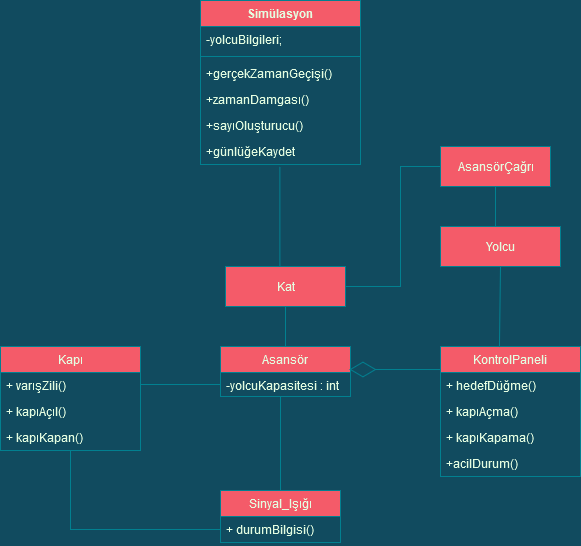
This is AsansorSim.drawio.png from Syenta-Elf/OOP-Diagrams, a draw.io export, as it was before one commit. Source tidied: cells renumbered, new cells last; positions are measured from the earlier drawing's top-left corner, leaving out a move shared by most shapes.
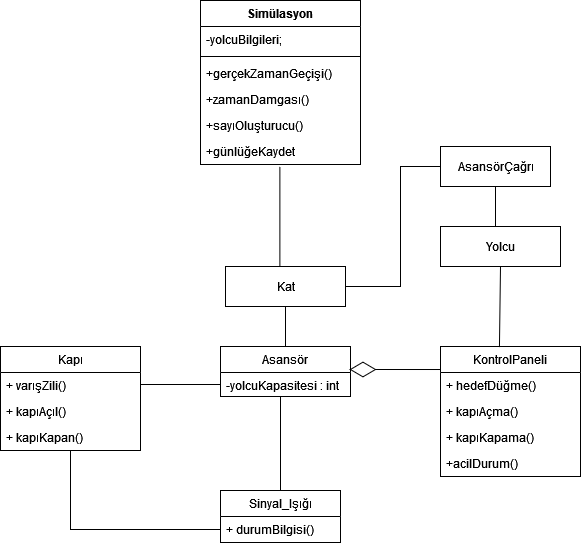
The same diagram one commit later.

The edit, as a diff of the source:
```diff
@@ -1,85 +1,85 @@
-<mxGraphModel background="#114B5F">
+<mxGraphModel>
   <root>
     <mxCell id="0" />
     <mxCell id="1" parent="0" />
-    <mxCell id="2" value="&lt;div&gt;Kat&lt;/div&gt;" style="html=1;fillColor=#F45B69;strokeColor=#028090;fontColor=#E4FDE1;" parent="1" vertex="1">
+    <mxCell id="2" value="&lt;div&gt;Kat&lt;/div&gt;" style="html=1;" parent="1" vertex="1">
       <mxGeometry x="225" y="266" width="120" height="40" as="geometry" />
     </mxCell>
-    <mxCell id="3" value="Asansör" style="swimlane;fontStyle=0;horizontal=1;startSize=26;fillColor=#F45B69;strokeColor=#028090;fontColor=#E4FDE1;" parent="1" vertex="1">
+    <mxCell id="3" value="Asansör" style="swimlane;fontStyle=0;horizontal=1;startSize=26;" parent="1" vertex="1">
       <mxGeometry x="220" y="346" width="130" height="50" as="geometry" />
     </mxCell>
-    <mxCell id="4" value="-yolcuKapasitesi : int" style="text;strokeColor=none;fillColor=none;align=left;verticalAlign=top;spacingLeft=4;spacingRight=4;overflow=hidden;points=[[0,0.5],[1,0.5]];portConstraint=eastwest;fontColor=#E4FDE1;" parent="3" vertex="1">
+    <mxCell id="4" value="-yolcuKapasitesi : int" style="text;strokeColor=none;fillColor=none;align=left;verticalAlign=top;spacingLeft=4;spacingRight=4;overflow=hidden;points=[[0,0.5],[1,0.5]];portConstraint=eastwest;" parent="3" vertex="1">
       <mxGeometry y="26" width="130" height="24" as="geometry" />
     </mxCell>
-    <mxCell id="5" value="&lt;div&gt;AsansörÇağrı&lt;/div&gt;" style="html=1;fillColor=#F45B69;strokeColor=#028090;fontColor=#E4FDE1;" parent="1" vertex="1">
+    <mxCell id="5" value="&lt;div&gt;AsansörÇağrı&lt;/div&gt;" style="html=1;" parent="1" vertex="1">
       <mxGeometry x="440" y="146" width="110" height="40" as="geometry" />
     </mxCell>
-    <mxCell id="6" value="KontrolPaneli" style="swimlane;fontStyle=0;horizontal=1;startSize=26;fillColor=#F45B69;strokeColor=#028090;fontColor=#E4FDE1;" parent="1" vertex="1">
+    <mxCell id="6" value="KontrolPaneli" style="swimlane;fontStyle=0;horizontal=1;startSize=26;" parent="1" vertex="1">
       <mxGeometry x="440" y="346" width="140" height="130" as="geometry" />
     </mxCell>
-    <mxCell id="7" value="+ hedefDüğme()&#10;" style="text;strokeColor=none;fillColor=none;align=left;verticalAlign=top;spacingLeft=4;spacingRight=4;overflow=hidden;points=[[0,0.5],[1,0.5]];portConstraint=eastwest;fontColor=#E4FDE1;" parent="6" vertex="1">
+    <mxCell id="7" value="+ hedefDüğme()&#10;" style="text;strokeColor=none;fillColor=none;align=left;verticalAlign=top;spacingLeft=4;spacingRight=4;overflow=hidden;points=[[0,0.5],[1,0.5]];portConstraint=eastwest;" parent="6" vertex="1">
       <mxGeometry y="26" width="140" height="26" as="geometry" />
     </mxCell>
-    <mxCell id="8" value="+ kapıAçma()" style="text;strokeColor=none;fillColor=none;align=left;verticalAlign=top;spacingLeft=4;spacingRight=4;overflow=hidden;fontColor=#E4FDE1;" parent="6" vertex="1">
+    <mxCell id="8" value="+ kapıAçma()" style="text;strokeColor=none;fillColor=none;align=left;verticalAlign=top;spacingLeft=4;spacingRight=4;overflow=hidden;" parent="6" vertex="1">
       <mxGeometry y="52" width="140" height="26" as="geometry" />
     </mxCell>
-    <mxCell id="9" value="+ kapıKapama()" style="text;strokeColor=none;fillColor=none;align=left;verticalAlign=top;spacingLeft=4;spacingRight=4;overflow=hidden;fontColor=#E4FDE1;" parent="6" vertex="1">
+    <mxCell id="9" value="+ kapıKapama()" style="text;strokeColor=none;fillColor=none;align=left;verticalAlign=top;spacingLeft=4;spacingRight=4;overflow=hidden;" parent="6" vertex="1">
       <mxGeometry y="78" width="140" height="26" as="geometry" />
     </mxCell>
-    <mxCell id="10" value="+acilDurum()" style="text;strokeColor=none;fillColor=none;align=left;verticalAlign=top;spacingLeft=4;spacingRight=4;overflow=hidden;fontColor=#E4FDE1;" parent="6" vertex="1">
+    <mxCell id="10" value="+acilDurum()" style="text;strokeColor=none;fillColor=none;align=left;verticalAlign=top;spacingLeft=4;spacingRight=4;overflow=hidden;" parent="6" vertex="1">
       <mxGeometry y="104" width="140" height="26" as="geometry" />
     </mxCell>
-    <mxCell id="11" value="Kapı" style="swimlane;fontStyle=0;horizontal=1;startSize=26;fillColor=#F45B69;strokeColor=#028090;fontColor=#E4FDE1;" parent="1" vertex="1">
+    <mxCell id="11" value="Kapı" style="swimlane;fontStyle=0;horizontal=1;startSize=26;" parent="1" vertex="1">
       <mxGeometry y="346" width="140" height="104" as="geometry" />
     </mxCell>
-    <mxCell id="12" value="+ varışZili()" style="text;strokeColor=none;fillColor=none;align=left;verticalAlign=top;spacingLeft=4;spacingRight=4;overflow=hidden;fontColor=#E4FDE1;" parent="11" vertex="1">
+    <mxCell id="12" value="+ varışZili()" style="text;strokeColor=none;fillColor=none;align=left;verticalAlign=top;spacingLeft=4;spacingRight=4;overflow=hidden;" parent="11" vertex="1">
       <mxGeometry y="26" width="140" height="26" as="geometry" />
     </mxCell>
-    <mxCell id="13" value="+ kapıAçıl()" style="text;strokeColor=none;fillColor=none;align=left;verticalAlign=top;spacingLeft=4;spacingRight=4;overflow=hidden;fontColor=#E4FDE1;" parent="11" vertex="1">
+    <mxCell id="13" value="+ kapıAçıl()" style="text;strokeColor=none;fillColor=none;align=left;verticalAlign=top;spacingLeft=4;spacingRight=4;overflow=hidden;" parent="11" vertex="1">
       <mxGeometry y="52" width="140" height="26" as="geometry" />
     </mxCell>
-    <mxCell id="14" value="+ kapıKapan()" style="text;strokeColor=none;fillColor=none;align=left;verticalAlign=top;spacingLeft=4;spacingRight=4;overflow=hidden;fontColor=#E4FDE1;" parent="11" vertex="1">
+    <mxCell id="14" value="+ kapıKapan()" style="text;strokeColor=none;fillColor=none;align=left;verticalAlign=top;spacingLeft=4;spacingRight=4;overflow=hidden;" parent="11" vertex="1">
       <mxGeometry y="78" width="140" height="26" as="geometry" />
     </mxCell>
-    <mxCell id="15" value="Sinyal_Işığı" style="swimlane;fontStyle=0;horizontal=1;startSize=26;fillColor=#F45B69;strokeColor=#028090;fontColor=#E4FDE1;" parent="1" vertex="1">
+    <mxCell id="15" value="Sinyal_Işığı" style="swimlane;fontStyle=0;horizontal=1;startSize=26;" parent="1" vertex="1">
       <mxGeometry x="220" y="490" width="120" height="52" as="geometry" />
     </mxCell>
-    <mxCell id="16" value="+ durumBilgisi()" style="text;strokeColor=none;fillColor=none;align=left;verticalAlign=top;spacingLeft=4;spacingRight=4;overflow=hidden;points=[[0,0.5],[1,0.5]];portConstraint=eastwest;fontColor=#E4FDE1;" parent="15" vertex="1">
+    <mxCell id="16" value="+ durumBilgisi()" style="text;strokeColor=none;fillColor=none;align=left;verticalAlign=top;spacingLeft=4;spacingRight=4;overflow=hidden;points=[[0,0.5],[1,0.5]];portConstraint=eastwest;" parent="15" vertex="1">
       <mxGeometry y="26" width="120" height="26" as="geometry" />
     </mxCell>
-    <mxCell id="17" value="Simülasyon" style="swimlane;fontStyle=1;align=center;verticalAlign=top;horizontal=1;startSize=26;fillColor=#F45B69;strokeColor=#028090;fontColor=#E4FDE1;" parent="1" vertex="1">
+    <mxCell id="17" value="Simülasyon" style="swimlane;fontStyle=1;align=center;verticalAlign=top;horizontal=1;startSize=26;" parent="1" vertex="1">
       <mxGeometry x="200" width="160" height="164" as="geometry" />
     </mxCell>
-    <mxCell id="18" value="-yolcuBilgileri;&#10;" style="text;strokeColor=none;fillColor=none;align=left;verticalAlign=top;spacingLeft=4;spacingRight=4;overflow=hidden;fontColor=#E4FDE1;" parent="17" vertex="1">
+    <mxCell id="18" value="-yolcuBilgileri;&#10;" style="text;strokeColor=none;fillColor=none;align=left;verticalAlign=top;spacingLeft=4;spacingRight=4;overflow=hidden;" parent="17" vertex="1">
       <mxGeometry y="26" width="160" height="26" as="geometry" />
     </mxCell>
-    <mxCell id="19" style="line;strokeWidth=1;fillColor=none;align=left;verticalAlign=middle;spacingTop=-1;spacingLeft=3;spacingRight=3;labelPosition=right;labelBackgroundColor=#114B5F;strokeColor=#028090;fontColor=#E4FDE1;" parent="17" vertex="1">
+    <mxCell id="19" style="line;strokeWidth=1;fillColor=none;align=left;verticalAlign=middle;spacingTop=-1;spacingLeft=3;spacingRight=3;labelPosition=right;" parent="17" vertex="1">
       <mxGeometry y="52" width="160" height="8" as="geometry" />
     </mxCell>
-    <mxCell id="20" value="+gerçekZamanGeçişi()" style="text;strokeColor=none;fillColor=none;align=left;verticalAlign=top;spacingLeft=4;spacingRight=4;overflow=hidden;fontColor=#E4FDE1;" parent="17" vertex="1">
+    <mxCell id="20" value="+gerçekZamanGeçişi()" style="text;strokeColor=none;fillColor=none;align=left;verticalAlign=top;spacingLeft=4;spacingRight=4;overflow=hidden;" parent="17" vertex="1">
       <mxGeometry y="60" width="160" height="26" as="geometry" />
     </mxCell>
-    <mxCell id="21" value="+zamanDamgası()&#10;" style="text;strokeColor=none;fillColor=none;align=left;verticalAlign=top;spacingLeft=4;spacingRight=4;overflow=hidden;fontColor=#E4FDE1;" parent="17" vertex="1">
+    <mxCell id="21" value="+zamanDamgası()&#10;" style="text;strokeColor=none;fillColor=none;align=left;verticalAlign=top;spacingLeft=4;spacingRight=4;overflow=hidden;" parent="17" vertex="1">
       <mxGeometry y="86" width="160" height="26" as="geometry" />
     </mxCell>
-    <mxCell id="22" value="+sayıOluşturucu()" style="text;strokeColor=none;fillColor=none;align=left;verticalAlign=top;spacingLeft=4;spacingRight=4;overflow=hidden;fontColor=#E4FDE1;" parent="17" vertex="1">
+    <mxCell id="22" value="+sayıOluşturucu()" style="text;strokeColor=none;fillColor=none;align=left;verticalAlign=top;spacingLeft=4;spacingRight=4;overflow=hidden;" parent="17" vertex="1">
       <mxGeometry y="112" width="160" height="26" as="geometry" />
     </mxCell>
-    <mxCell id="23" value="+günlüğeKaydet" style="text;strokeColor=none;fillColor=none;align=left;verticalAlign=top;spacingLeft=4;spacingRight=4;overflow=hidden;fontColor=#E4FDE1;" parent="17" vertex="1">
+    <mxCell id="23" value="+günlüğeKaydet" style="text;strokeColor=none;fillColor=none;align=left;verticalAlign=top;spacingLeft=4;spacingRight=4;overflow=hidden;" parent="17" vertex="1">
       <mxGeometry y="138" width="160" height="26" as="geometry" />
     </mxCell>
-    <mxCell id="24" style="endArrow=diamondThin;endFill=0;endSize=24;html=1;rounded=0;entryX=0.992;entryY=-0.125;entryDx=0;entryDy=0;entryPerimeter=0;exitX=0;exitY=-0.115;exitDx=0;exitDy=0;exitPerimeter=0;labelBackgroundColor=#114B5F;strokeColor=#028090;fontColor=#E4FDE1;" parent="1" edge="1" source="7" target="4">
+    <mxCell id="24" style="endArrow=diamondThin;endFill=0;endSize=24;html=1;rounded=0;entryX=0.992;entryY=-0.125;entryDx=0;entryDy=0;entryPerimeter=0;exitX=0;exitY=-0.115;exitDx=0;exitDy=0;exitPerimeter=0;" parent="1" edge="1" source="7" target="4">
       <mxGeometry relative="1" as="geometry" />
     </mxCell>
-    <mxCell id="25" style="endArrow=none;html=1;rounded=0;exitX=0.5;exitY=0;exitDx=0;exitDy=0;entryX=0.5;entryY=1;entryDx=0;entryDy=0;labelBackgroundColor=#114B5F;strokeColor=#028090;fontColor=#E4FDE1;" parent="1" edge="1" source="3" target="2">
+    <mxCell id="25" style="endArrow=none;html=1;rounded=0;exitX=0.5;exitY=0;exitDx=0;exitDy=0;entryX=0.5;entryY=1;entryDx=0;entryDy=0;" parent="1" edge="1" source="3" target="2">
       <mxGeometry relative="1" as="geometry" />
     </mxCell>
-    <mxCell id="26" style="endArrow=none;html=1;rounded=0;entryX=0;entryY=0.5;entryDx=0;entryDy=0;labelBackgroundColor=#114B5F;strokeColor=#028090;fontColor=#E4FDE1;" parent="1" edge="1" target="4">
+    <mxCell id="26" style="endArrow=none;html=1;rounded=0;entryX=0;entryY=0.5;entryDx=0;entryDy=0;" parent="1" edge="1" target="4">
       <mxGeometry relative="1" as="geometry">
         <mxPoint x="140" y="384" as="sourcePoint" />
       </mxGeometry>
     </mxCell>
-    <mxCell id="27" style="endArrow=none;html=1;rounded=0;entryX=1;entryY=0.5;entryDx=0;entryDy=0;exitX=0;exitY=0.5;exitDx=0;exitDy=0;labelBackgroundColor=#114B5F;strokeColor=#028090;fontColor=#E4FDE1;" parent="1" edge="1" source="5" target="2">
+    <mxCell id="27" style="endArrow=none;html=1;rounded=0;entryX=1;entryY=0.5;entryDx=0;entryDy=0;exitX=0;exitY=0.5;exitDx=0;exitDy=0;" parent="1" edge="1" source="5" target="2">
       <mxGeometry relative="1" as="geometry">
         <Array as="points">
           <mxPoint x="400" y="166" />
@@ -87,7 +87,7 @@
         </Array>
       </mxGeometry>
     </mxCell>
-    <mxCell id="28" style="endArrow=none;html=1;rounded=0;entryX=0.5;entryY=1;entryDx=0;entryDy=0;exitX=0;exitY=0.5;exitDx=0;exitDy=0;labelBackgroundColor=#114B5F;strokeColor=#028090;fontColor=#E4FDE1;" parent="1" edge="1" source="16" target="11">
+    <mxCell id="28" style="endArrow=none;html=1;rounded=0;entryX=0.5;entryY=1;entryDx=0;entryDy=0;exitX=0;exitY=0.5;exitDx=0;exitDy=0;" parent="1" edge="1" source="16" target="11">
       <mxGeometry relative="1" as="geometry">
         <Array as="points">
           <mxPoint x="70" y="529" />
@@ -95,26 +95,26 @@
         </Array>
       </mxGeometry>
     </mxCell>
-    <mxCell id="29" style="endArrow=none;html=1;rounded=0;exitX=0.5;exitY=0;exitDx=0;exitDy=0;labelBackgroundColor=#114B5F;strokeColor=#028090;fontColor=#E4FDE1;" parent="1" edge="1" source="15">
+    <mxCell id="29" style="endArrow=none;html=1;rounded=0;exitX=0.5;exitY=0;exitDx=0;exitDy=0;" parent="1" edge="1" source="15">
       <mxGeometry relative="1" as="geometry">
         <mxPoint x="280" y="396" as="targetPoint" />
       </mxGeometry>
     </mxCell>
-    <mxCell id="30" style="endArrow=none;html=1;rounded=0;labelBackgroundColor=#114B5F;strokeColor=#028090;fontColor=#E4FDE1;" parent="1" edge="1">
+    <mxCell id="30" style="endArrow=none;html=1;rounded=0;" parent="1" edge="1">
       <mxGeometry relative="1" as="geometry">
         <mxPoint x="279.4" y="166" as="sourcePoint" />
         <mxPoint x="279.4" y="266" as="targetPoint" />
       </mxGeometry>
     </mxCell>
-    <mxCell id="31" style="endArrow=none;html=1;rounded=0;entryX=0.5;entryY=1;entryDx=0;entryDy=0;labelBackgroundColor=#114B5F;strokeColor=#028090;fontColor=#E4FDE1;" parent="1" edge="1" target="5">
+    <mxCell id="31" style="endArrow=none;html=1;rounded=0;entryX=0.5;entryY=1;entryDx=0;entryDy=0;" parent="1" edge="1" target="5">
       <mxGeometry relative="1" as="geometry">
         <mxPoint x="495" y="226" as="sourcePoint" />
       </mxGeometry>
     </mxCell>
-    <mxCell id="32" value="Yolcu" style="rounded=0;whiteSpace=wrap;html=1;fillColor=#F45B69;strokeColor=#028090;fontColor=#E4FDE1;" parent="1" vertex="1">
+    <mxCell id="32" value="Yolcu" style="rounded=0;whiteSpace=wrap;html=1;" parent="1" vertex="1">
       <mxGeometry x="440" y="226" width="120" height="40" as="geometry" />
     </mxCell>
-    <mxCell id="33" style="endArrow=none;html=1;rounded=0;entryX=0.5;entryY=1;entryDx=0;entryDy=0;exitX=0.421;exitY=0.005;exitDx=0;exitDy=0;exitPerimeter=0;labelBackgroundColor=#114B5F;strokeColor=#028090;fontColor=#E4FDE1;" parent="1" edge="1" source="6" target="32">
+    <mxCell id="33" style="endArrow=none;html=1;rounded=0;entryX=0.5;entryY=1;entryDx=0;entryDy=0;exitX=0.421;exitY=0.005;exitDx=0;exitDy=0;exitPerimeter=0;" parent="1" edge="1" source="6" target="32">
       <mxGeometry relative="1" as="geometry" />
     </mxCell>
   </root>
```
